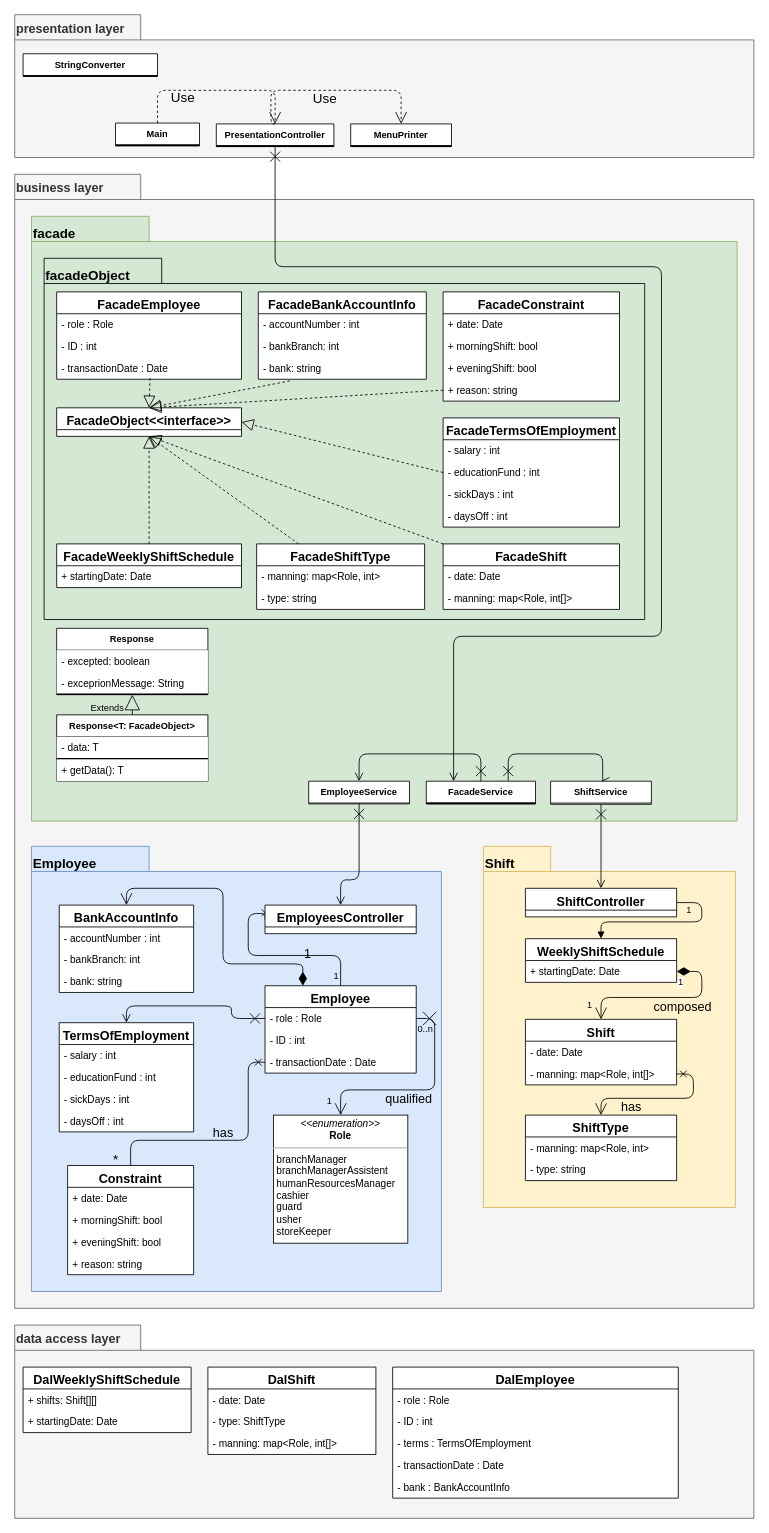
Before: docs/Employee module.drawio in eladinbar/Super-Li_Market, a draw.io diagram. Source tidied: cells renumbered, new cells numbered last; positions are measured from the earlier drawing's top-left corner, leaving out a move shared by most shapes. Both pictures are drawn from the tidied source at 84%, with x=0, y=0 at pixel (14, 14).
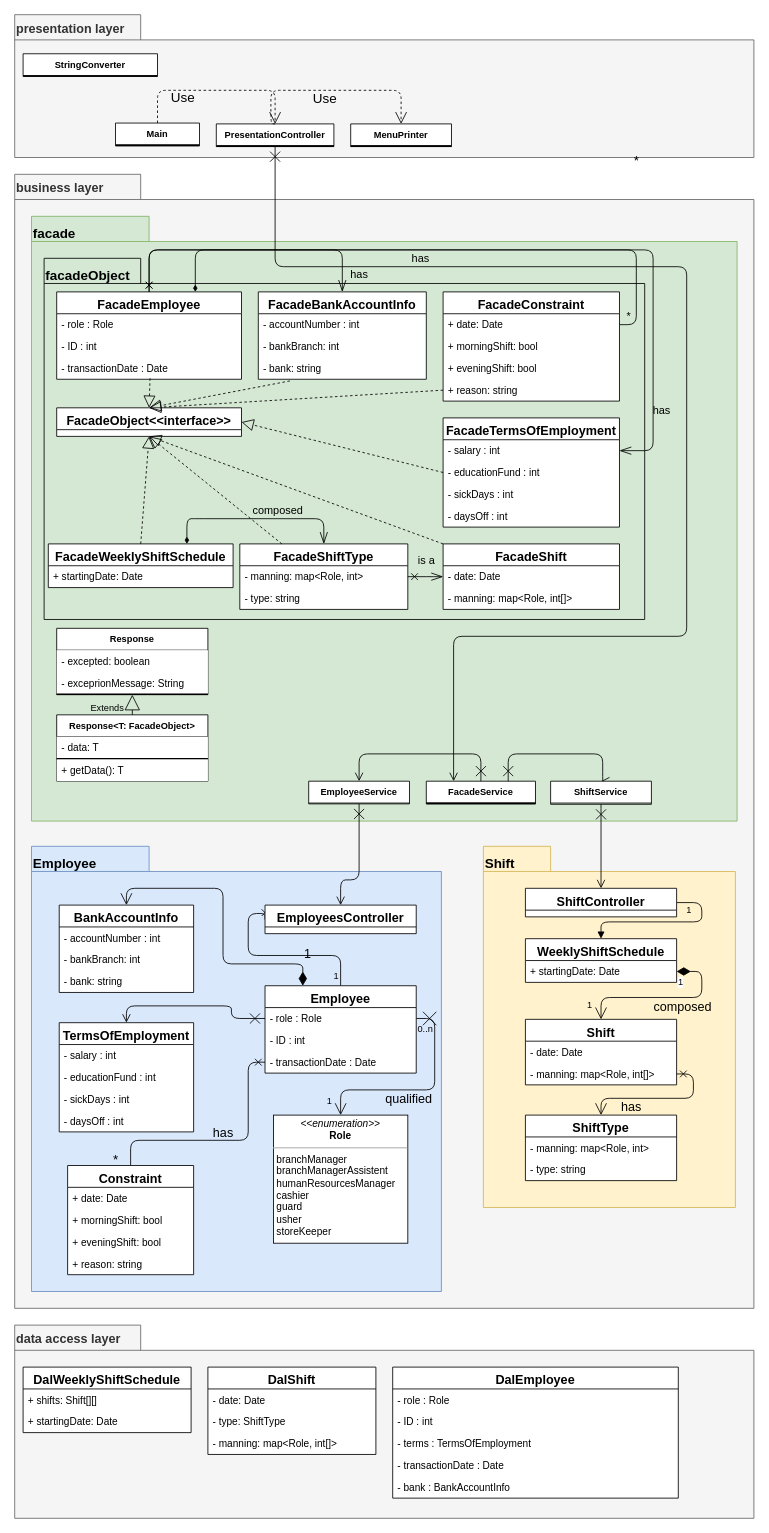
The same diagram, later.

Unchanged cells that the change refers to:
```xml
<mxCell id="66" value="PresentationController" style="swimlane;fontStyle=1;align=center;verticalAlign=top;horizontal=1;startSize=26;fontSize=11;" parent="1" vertex="1">
  <mxGeometry x="240" y="130" width="140" height="27" as="geometry" />
</mxCell>
<mxCell id="83" value="FacadeService" style="swimlane;fontStyle=1;align=center;verticalAlign=top;horizontal=1;startSize=26;fontSize=11;" parent="1" vertex="1">
  <mxGeometry x="490" y="912.5" width="130" height="27" as="geometry" />
</mxCell>
<mxCell id="91" value="- date: Date" style="text;strokeColor=none;fillColor=none;align=left;verticalAlign=top;spacingLeft=4;spacingRight=4;overflow=hidden;points=[[0,0.5],[1,0.5]];portConstraint=eastwest;" parent="90" vertex="1">
  <mxGeometry y="26" width="210" height="26" as="geometry" />
</mxCell>
<mxCell id="96" value="- manning: map&lt;Role, int&gt;" style="text;strokeColor=none;fillColor=none;align=left;verticalAlign=top;spacingLeft=4;spacingRight=4;overflow=hidden;points=[[0,0.5],[1,0.5]];portConstraint=eastwest;" parent="95" vertex="1">
  <mxGeometry y="26" width="200" height="26" as="geometry" />
</mxCell>
<mxCell id="98" value="FacadeEmployee" style="swimlane;fontStyle=1;align=center;verticalAlign=top;horizontal=1;startSize=26;fontSize=15;gradientColor=#ffffff;swimlaneFillColor=#ffffff;" parent="1" vertex="1">
  <mxGeometry x="50" y="330" width="220" height="104" as="geometry" />
</mxCell>
<mxCell id="102" value="FacadeBankAccountInfo" style="swimlane;fontStyle=1;align=center;verticalAlign=top;horizontal=1;startSize=26;fontSize=15;gradientColor=#ffffff;swimlaneFillColor=#ffffff;" parent="1" vertex="1">
  <mxGeometry x="290" y="330" width="200" height="104" as="geometry" />
</mxCell>
<mxCell id="107" value="- salary : int" style="text;strokeColor=none;fillColor=none;align=left;verticalAlign=top;spacingLeft=4;spacingRight=4;overflow=hidden;points=[[0,0.5],[1,0.5]];portConstraint=eastwest;" parent="106" vertex="1">
  <mxGeometry y="26" width="210" height="26" as="geometry" />
</mxCell>
<mxCell id="112" value="+ date: Date" style="text;strokeColor=none;fillColor=none;align=left;verticalAlign=top;spacingLeft=4;spacingRight=4;overflow=hidden;points=[[0,0.5],[1,0.5]];portConstraint=eastwest;" parent="111" vertex="1">
  <mxGeometry y="26" width="210" height="26" as="geometry" />
</mxCell>
```

Change to the diagram source:
```diff
@@
     <mxCell id="88" style="endArrow=open;startArrow=cross;endFill=0;startFill=0;endSize=8;startSize=10;html=1;labelBackgroundColor=none;fontSize=16;exitX=0.5;exitY=1;exitDx=0;exitDy=0;edgeStyle=orthogonalEdgeStyle;entryX=0.25;entryY=0;entryDx=0;entryDy=0;" parent="1" edge="1" source="66" target="83">
       <mxGeometry relative="1" as="geometry">
         <Array as="points">
           <mxPoint x="310" y="300" />
-          <mxPoint x="770" y="300" />
-          <mxPoint x="770" y="740" />
-          <mxPoint x="522" y="740" />
+          <mxPoint x="800" y="300" />
+          <mxPoint x="800" y="740" />
+          <mxPoint x="523" y="740" />
         </Array>
       </mxGeometry>
     </mxCell>
-    <mxCell id="89" value="facadeObject" style="shape=folder;fontStyle=1;spacingTop=4;tabWidth=140;tabHeight=30;tabPosition=left;html=1;labelBackgroundColor=none;fontSize=16;align=left;verticalAlign=top;fillColor=none;" parent="1" vertex="1">
+    <mxCell id="89" value="facadeObject" style="shape=folder;fontStyle=1;spacingTop=4;tabWidth=115;tabHeight=30;tabPosition=left;html=1;labelBackgroundColor=none;fontSize=16;align=left;verticalAlign=top;fillColor=none;" parent="1" vertex="1">
       <mxGeometry x="35" y="290" width="715" height="430" as="geometry" />
     </mxCell>
@@
     <mxCell id="93" value="FacadeWeeklyShiftSchedule" style="swimlane;fontStyle=1;align=center;verticalAlign=top;horizontal=1;startSize=26;fontSize=15;gradientColor=#ffffff;swimlaneFillColor=#ffffff;" parent="1" vertex="1">
-      <mxGeometry x="50" y="630" width="220" height="52" as="geometry" />
+      <mxGeometry x="40" y="630" width="220" height="52" as="geometry" />
     </mxCell>
@@
     <mxCell id="95" value="FacadeShiftType" style="swimlane;fontStyle=1;align=center;verticalAlign=top;horizontal=1;startSize=26;fontSize=15;gradientColor=#ffffff;swimlaneFillColor=#ffffff;" parent="1" vertex="1">
-      <mxGeometry x="288" y="630" width="200" height="78" as="geometry" />
+      <mxGeometry x="268" y="630" width="200" height="78" as="geometry" />
     </mxCell>
@@
+    <mxCell id="129" value="has" style="endArrow=none;endSize=12;html=1;labelBackgroundColor=none;fontSize=13;exitX=0.5;exitY=0;exitDx=0;exitDy=0;entryX=1;entryY=0.5;entryDx=0;entryDy=0;edgeStyle=orthogonalEdgeStyle;startArrow=cross;startFill=0;endFill=0;" parent="1" edge="1" source="98" target="112">
+      <mxGeometry x="0.01" y="-10" relative="1" as="geometry">
+        <Array as="points">
+          <mxPoint x="160" y="280" />
+          <mxPoint x="740" y="280" />
+          <mxPoint x="740" y="369" />
+        </Array>
+      </mxGeometry>
+    </mxCell>
+    <mxCell id="130" value="*" style="edgeLabel;html=1;align=center;verticalAlign=middle;fontSize=16;labelBackgroundColor=none;" parent="129" vertex="1">
+      <mxGeometry x="0.68" y="2" relative="1" as="geometry">
+        <mxPoint x="8" y="-105" as="offset" />
+      </mxGeometry>
+    </mxCell>
+    <mxCell id="131" value="*" style="edgeLabel;html=1;align=center;verticalAlign=middle;fontSize=13;labelBackgroundColor=none;" parent="129" vertex="1">
+      <mxGeometry x="0.9" y="-3" relative="1" as="geometry">
+        <mxPoint x="-7" y="6" as="offset" />
+      </mxGeometry>
+    </mxCell>
+    <mxCell id="132" value="has" style="endArrow=openThin;endSize=12;html=1;labelBackgroundColor=none;fontSize=13;exitX=0.5;exitY=0;exitDx=0;exitDy=0;entryX=1;entryY=0.5;entryDx=0;entryDy=0;edgeStyle=orthogonalEdgeStyle;startArrow=cross;startFill=0;endFill=0;" parent="1" edge="1" source="98" target="107">
+      <mxGeometry x="0.81" y="10" relative="1" as="geometry">
+        <Array as="points">
+          <mxPoint x="160" y="280" />
+          <mxPoint x="760" y="280" />
+          <mxPoint x="760" y="519" />
+        </Array>
+      </mxGeometry>
+    </mxCell>
+    <mxCell id="133" value="has" style="endArrow=openThin;endSize=12;html=1;labelBackgroundColor=none;fontSize=13;exitX=0.75;exitY=0;exitDx=0;exitDy=0;entryX=0.5;entryY=0;entryDx=0;entryDy=0;edgeStyle=orthogonalEdgeStyle;startArrow=diamondThin;startFill=1;endFill=0;" parent="1" edge="1" source="98" target="102">
+      <mxGeometry x="0.85" y="20" relative="1" as="geometry">
+        <Array as="points">
+          <mxPoint x="215" y="280" />
+          <mxPoint x="390" y="280" />
+        </Array>
+      </mxGeometry>
+    </mxCell>
+    <mxCell id="134" value="composed" style="endArrow=openThin;endSize=12;html=1;labelBackgroundColor=none;fontSize=13;exitX=0.75;exitY=0;exitDx=0;exitDy=0;entryX=0.5;entryY=0;entryDx=0;entryDy=0;edgeStyle=orthogonalEdgeStyle;startArrow=diamondThin;startFill=1;endFill=0;" parent="1" edge="1" source="93" target="95">
+      <mxGeometry x="0.24" y="10" relative="1" as="geometry">
+        <Array as="points">
+          <mxPoint x="215" y="600" />
+          <mxPoint x="388" y="600" />
+        </Array>
+      </mxGeometry>
+    </mxCell>
+    <mxCell id="135" value="is a" style="endArrow=openThin;endSize=12;html=1;labelBackgroundColor=none;fontSize=13;exitX=1;exitY=0.5;exitDx=0;exitDy=0;entryX=0;entryY=0.5;entryDx=0;entryDy=0;edgeStyle=orthogonalEdgeStyle;startArrow=cross;startFill=0;endFill=0;" parent="1" edge="1" source="96" target="91">
+      <mxGeometry x="0.05" y="19" relative="1" as="geometry">
+        <Array as="points">
+          <mxPoint x="500" y="669" />
+          <mxPoint x="500" y="669" />
+        </Array>
+      </mxGeometry>
+    </mxCell>
```
